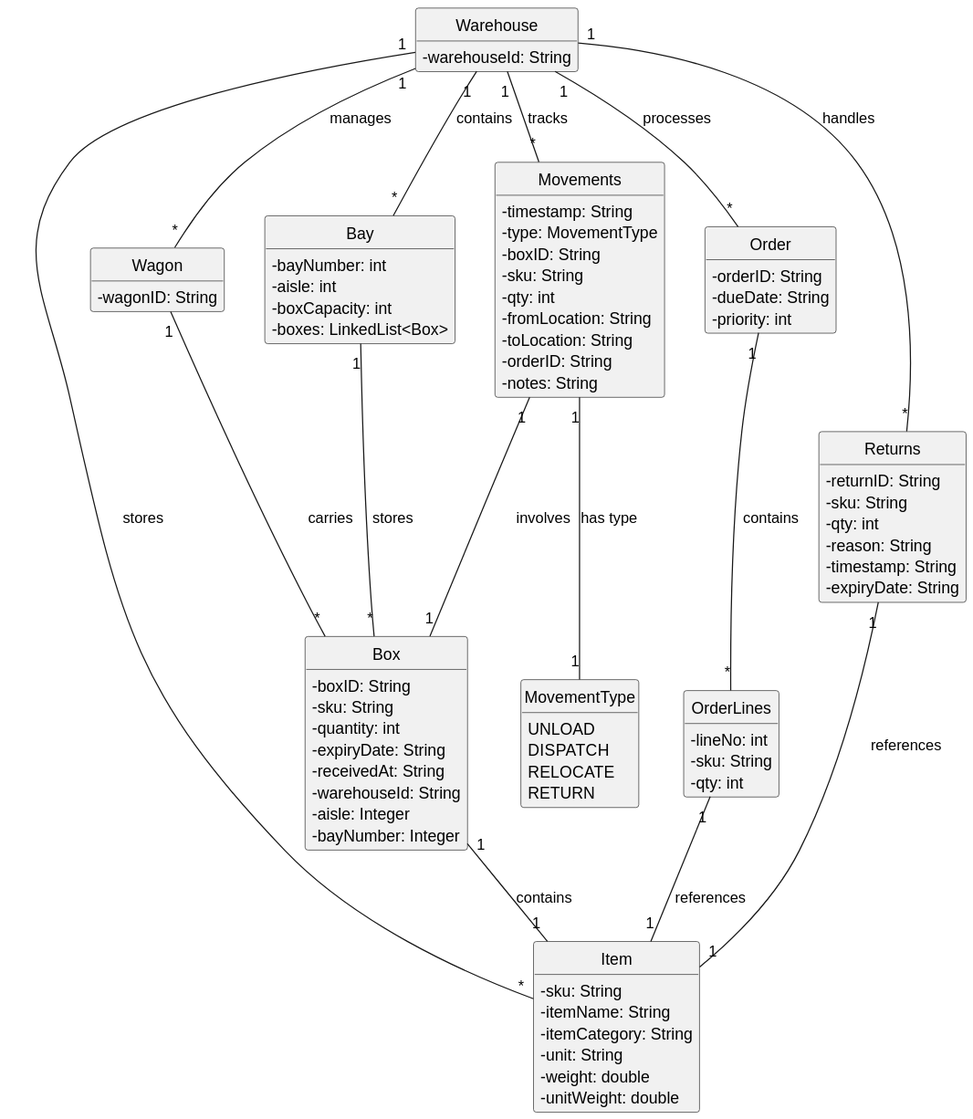
Above: doc/sprint-1/usei01/02. analysis/svg/USEI01-DomainModel.svg in ivasduarte/logistics-on-rails (PlantUML), before the change.
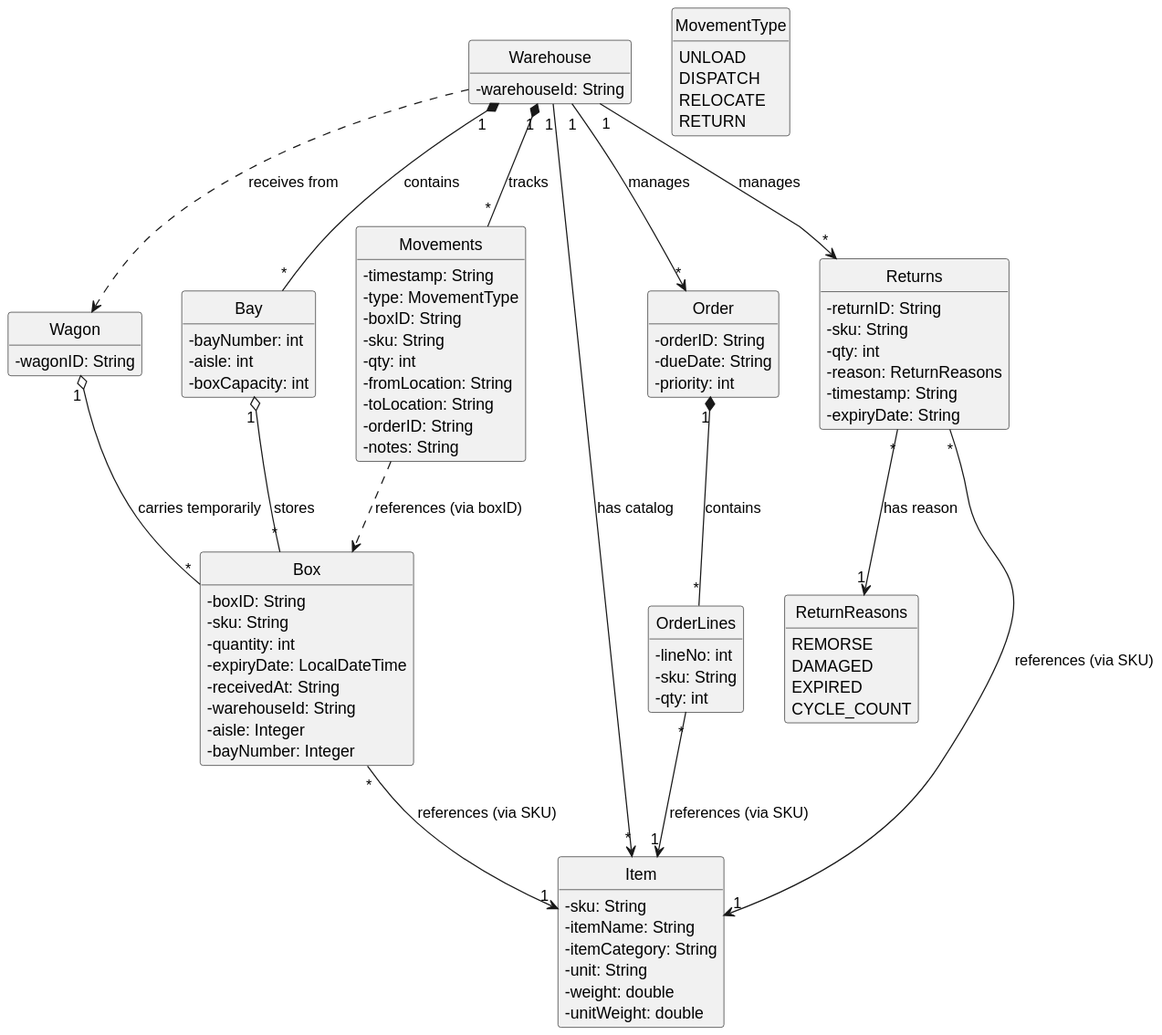
The same diagram one commit later.

Commit message:
(doc) Corrected documentation regarding USEI01

What changed in the source:
```diff
@@ -19,14 +19,13 @@
     - bayNumber: int
     - aisle: int
     - boxCapacity: int
-    - boxes: LinkedList<Box>
 }
 
 class Box {
     - boxID: String
     - sku: String
     - quantity: int
-    - expiryDate: String
+    - expiryDate: LocalDateTime
     - receivedAt: String
     - warehouseId: String
     - aisle: Integer
@@ -58,7 +57,7 @@
     - returnID: String
     - sku: String
     - qty: int
-    - reason: String
+    - reason: ReturnReasons
     - timestamp: String
     - expiryDate: String
 }
@@ -82,26 +81,32 @@
     RETURN
 }
 
+enum ReturnReasons {
+    REMORSE
+    DAMAGED
+    EXPIRED
+    CYCLE_COUNT
+}
 
-Warehouse "1" -- "*" Wagon : manages
-Warehouse "1" -- "*" Bay : contains
-Warehouse "1" -- "*" Item : stores
-Warehouse "1" -- "*" Order : processes
-Warehouse "1" -- "*" Returns : handles
-Warehouse "1" -- "*" Movements : tracks
+Warehouse "1" *-- "*" Bay : contains
+Warehouse "1" *-- "*" Movements : tracks
+Warehouse "1" --> "*" Item : has catalog
+Warehouse "1" --> "*" Order : manages
+Warehouse "1" --> "*" Returns : manages
+Warehouse ..> Wagon : receives from
 
-Wagon "1" -- "*" Box : carries
+Wagon "1" o-- "*" Box : carries temporarily
 
-Bay "1" -- "*" Box : stores
+Bay "1" o-- "*" Box : stores
 
-Box "1" -- "1" Item : contains
+Box "*" --> "1" Item : references (via SKU)
 
-Order "1" -- "*" OrderLines : contains
+Order "1" *-- "*" OrderLines : contains
 
-OrderLines "1" -- "1" Item : references
+OrderLines "*" --> "1" Item : references (via SKU)
 
-Returns "1" -- "1" Item : references
+Returns "*" --> "1" Item : references (via SKU)
+Returns "*" --> "1" ReturnReasons : has reason
 
-Movements "1" -- "1" MovementType : has type
-Movements "1" -- "1" Box : involves
+Movements ..> Box : references (via boxID)
 @enduml
```
